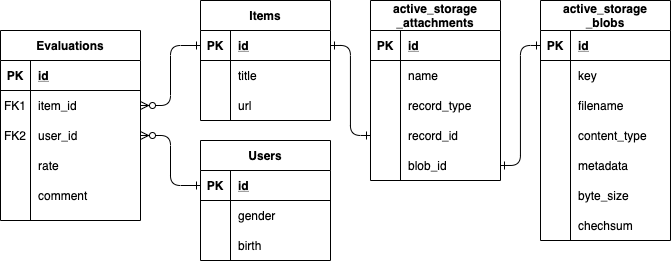
ymdats/emo-sha keeps this draw.io diagram as emo-sha.png. Above is the earlier version. Source tidied: cells renumbered, new cells last; positions are measured from the earlier drawing's top-left corner, leaving out a move shared by most shapes.
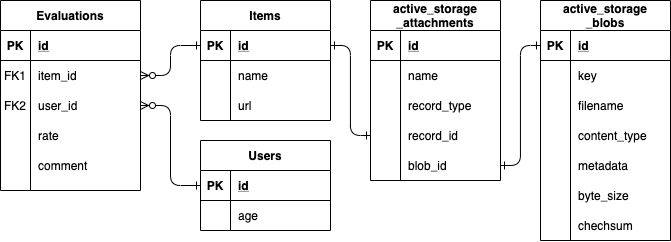
After the change.

The edit, as a diff of the source:
```diff
@@ -26,7 +26,7 @@
     <mxCell id="9" style="shape=partialRectangle;overflow=hidden;fillColor=none;top=0;left=0;bottom=0;right=0;" parent="8" vertex="1">
       <mxGeometry width="30" height="30" as="geometry" />
     </mxCell>
-    <mxCell id="10" value="title" style="shape=partialRectangle;overflow=hidden;fillColor=none;top=0;left=0;bottom=0;right=0;align=left;spacingLeft=6;" parent="8" vertex="1">
+    <mxCell id="10" value="name" style="shape=partialRectangle;overflow=hidden;fillColor=none;top=0;left=0;bottom=0;right=0;align=left;spacingLeft=6;" parent="8" vertex="1">
       <mxGeometry x="30" width="100" height="30" as="geometry" />
     </mxCell>
     <mxCell id="11" style="shape=partialRectangle;fillColor=none;top=0;left=0;right=0;bottom=0;" parent="4" vertex="1">
@@ -39,7 +39,7 @@
       <mxGeometry x="30" width="100" height="30" as="geometry" />
     </mxCell>
     <mxCell id="14" value="Users" style="shape=table;startSize=30;rowLines=0;fontStyle=1;align=center;" parent="1" vertex="1">
-      <mxGeometry x="200" y="140" width="130" height="120" as="geometry" />
+      <mxGeometry x="200" y="140" width="130" height="90" as="geometry" />
     </mxCell>
     <mxCell id="15" style="shape=partialRectangle;fillColor=none;points=[[0,0.5],[1,0.5]];portConstraint=eastwest;top=0;left=0;right=0;bottom=1;" parent="14" vertex="1">
       <mxGeometry y="30" width="130" height="30" as="geometry" />
@@ -50,22 +50,13 @@
     <mxCell id="17" value="id" style="shape=partialRectangle;overflow=hidden;fillColor=none;top=0;left=0;bottom=0;right=0;align=left;spacingLeft=6;fontStyle=5;" parent="15" vertex="1">
       <mxGeometry x="30" width="100" height="30" as="geometry" />
     </mxCell>
-    <mxCell id="18" style="shape=partialRectangle;fillColor=none;top=0;left=0;right=0;bottom=0;" parent="14" vertex="1">
-      <mxGeometry y="60" width="130" height="30" as="geometry" />
-    </mxCell>
-    <mxCell id="19" style="shape=partialRectangle;overflow=hidden;fillColor=none;top=0;left=0;bottom=0;right=0;" parent="18" vertex="1">
-      <mxGeometry width="30" height="30" as="geometry" />
-    </mxCell>
-    <mxCell id="20" value="gender" style="shape=partialRectangle;overflow=hidden;fillColor=none;top=0;left=0;bottom=0;right=0;align=left;spacingLeft=6;" parent="18" vertex="1">
-      <mxGeometry x="30" width="100" height="30" as="geometry" />
-    </mxCell>
     <mxCell id="21" style="shape=partialRectangle;fillColor=none;top=0;left=0;right=0;bottom=0;" parent="14" vertex="1">
-      <mxGeometry y="90" width="130" height="30" as="geometry" />
+      <mxGeometry y="60" width="130" height="30" as="geometry" />
     </mxCell>
     <mxCell id="22" style="shape=partialRectangle;overflow=hidden;fillColor=none;top=0;left=0;bottom=0;right=0;" parent="21" vertex="1">
       <mxGeometry width="30" height="30" as="geometry" />
     </mxCell>
-    <mxCell id="23" value="birth" style="shape=partialRectangle;overflow=hidden;fillColor=none;top=0;left=0;bottom=0;right=0;align=left;spacingLeft=6;" parent="21" vertex="1">
+    <mxCell id="23" value="age" style="shape=partialRectangle;overflow=hidden;fillColor=none;top=0;left=0;bottom=0;right=0;align=left;spacingLeft=6;" parent="21" vertex="1">
       <mxGeometry x="30" width="100" height="30" as="geometry" />
     </mxCell>
     <mxCell id="24" style="edgeStyle=orthogonalEdgeStyle;rounded=1;jettySize=auto;html=1;exitX=1;exitY=0.5;exitDx=0;exitDy=0;entryX=0;entryY=0.5;entryDx=0;entryDy=0;startArrow=ERone;startFill=0;endArrow=ERone;endFill=0;" parent="1" edge="1" source="5" target="35">
@@ -189,7 +180,7 @@
       <mxGeometry x="30" width="100" height="30" as="geometry" />
     </mxCell>
     <mxCell id="64" value="Evaluations" style="shape=table;startSize=30;rowLines=0;fontStyle=1;align=center;" parent="1" vertex="1">
-      <mxGeometry y="30" width="140" height="190" as="geometry" />
+      <mxGeometry width="140" height="190" as="geometry" />
     </mxCell>
     <mxCell id="65" style="shape=partialRectangle;fillColor=none;top=0;left=0;right=0;bottom=1;" parent="64" vertex="1">
       <mxGeometry y="30" width="140" height="30" as="geometry" />
```
